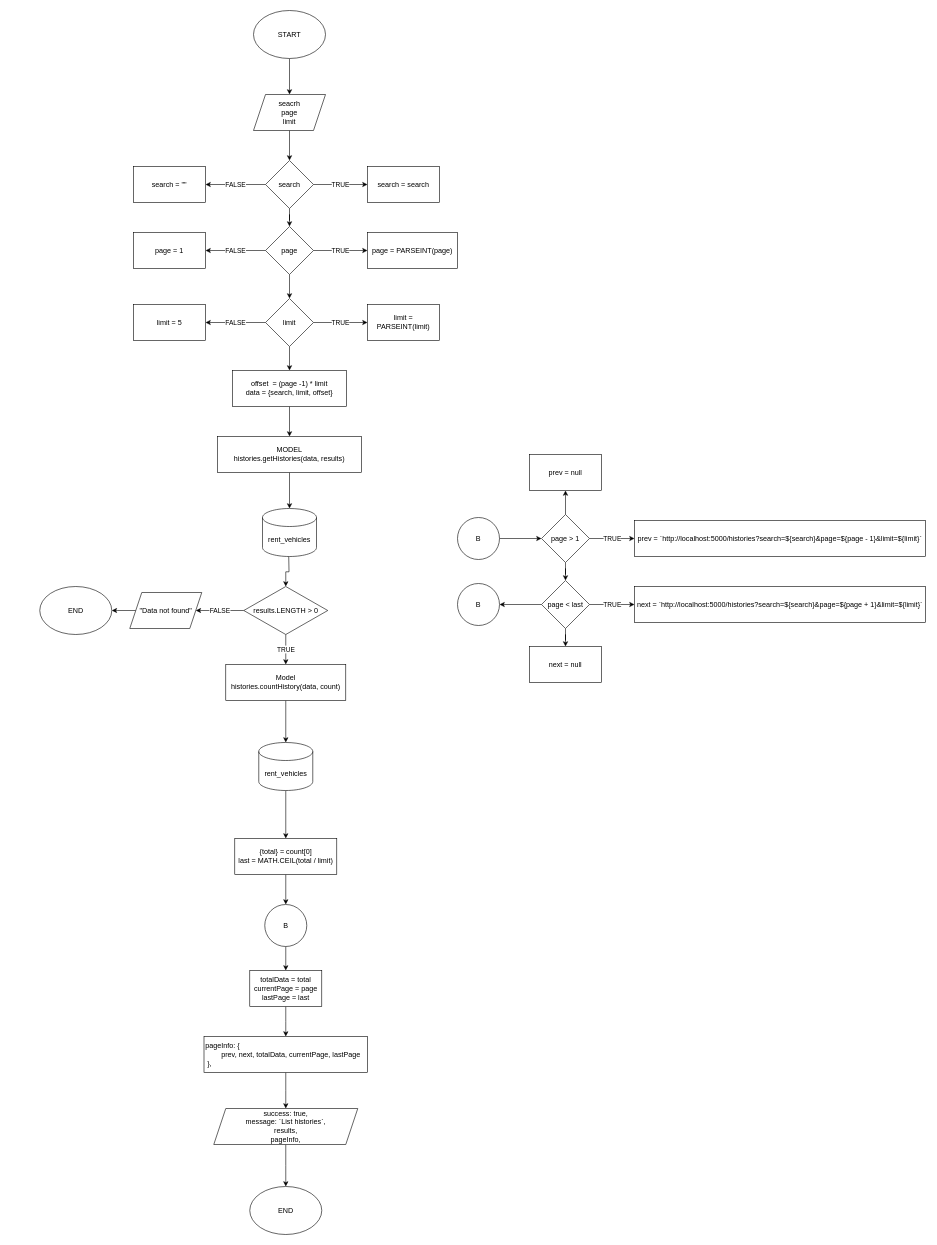
Above: page "list histories" (1 of 5) of flowchart&ERD/histories.drawio in rintosaputro/fw5-backend-beginner (draw.io), before the change. Source tidied: cells renumbered, new cells numbered last; positions are measured from the earlier drawing's top-left corner, leaving out a move shared by most shapes. Both pictures are drawn from the tidied source at 60%, with x=0, y=0 at pixel (40, 10).
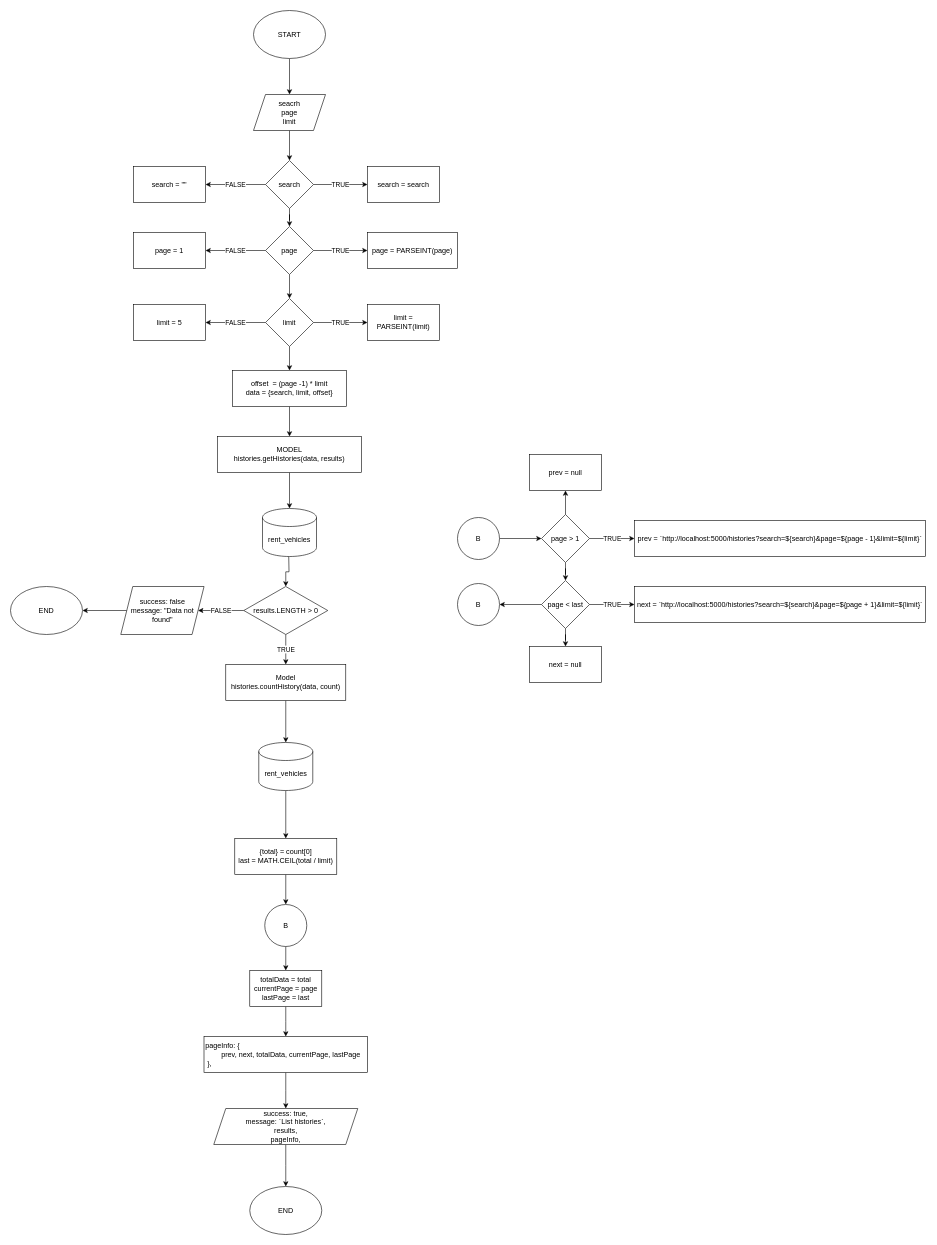
Above is the later version.

Diff of the diagram source:
```diff
@@
-    <mxCell id="33" style="edgeStyle=orthogonalEdgeStyle;rounded=0;jettySize=auto;html=1;" parent="1" edge="1" source="34">
-      <mxGeometry relative="1" as="geometry">
-        <mxPoint x="119.8" y="1000" as="targetPoint" />
-      </mxGeometry>
-    </mxCell>
+    <mxCell id="66" style="edgeStyle=none;html=1;" parent="1" edge="1" source="34" target="59">
+      <mxGeometry relative="1" as="geometry" />
+    </mxCell>
-    <mxCell id="34" value="&quot;Data not found&quot;" style="shape=parallelogram;perimeter=parallelogramPerimeter;whiteSpace=wrap;html=1;fixedSize=1;" parent="1" vertex="1">
-      <mxGeometry x="149.8" y="970" width="120" height="60" as="geometry" />
+    <mxCell id="34" value="success: false&lt;br&gt;message: &quot;Data not found&quot;" style="shape=parallelogram;perimeter=parallelogramPerimeter;whiteSpace=wrap;html=1;fixedSize=1;" parent="1" vertex="1">
+      <mxGeometry x="134.8" y="960" width="138.8" height="80" as="geometry" />
     </mxCell>
@@
     <mxCell id="59" value="END" style="ellipse;whiteSpace=wrap;html=1;" parent="1" vertex="1">
-      <mxGeometry x="-0.2" y="960" width="120" height="80" as="geometry" />
+      <mxGeometry x="-49" y="960" width="120" height="80" as="geometry" />
     </mxCell>
```
